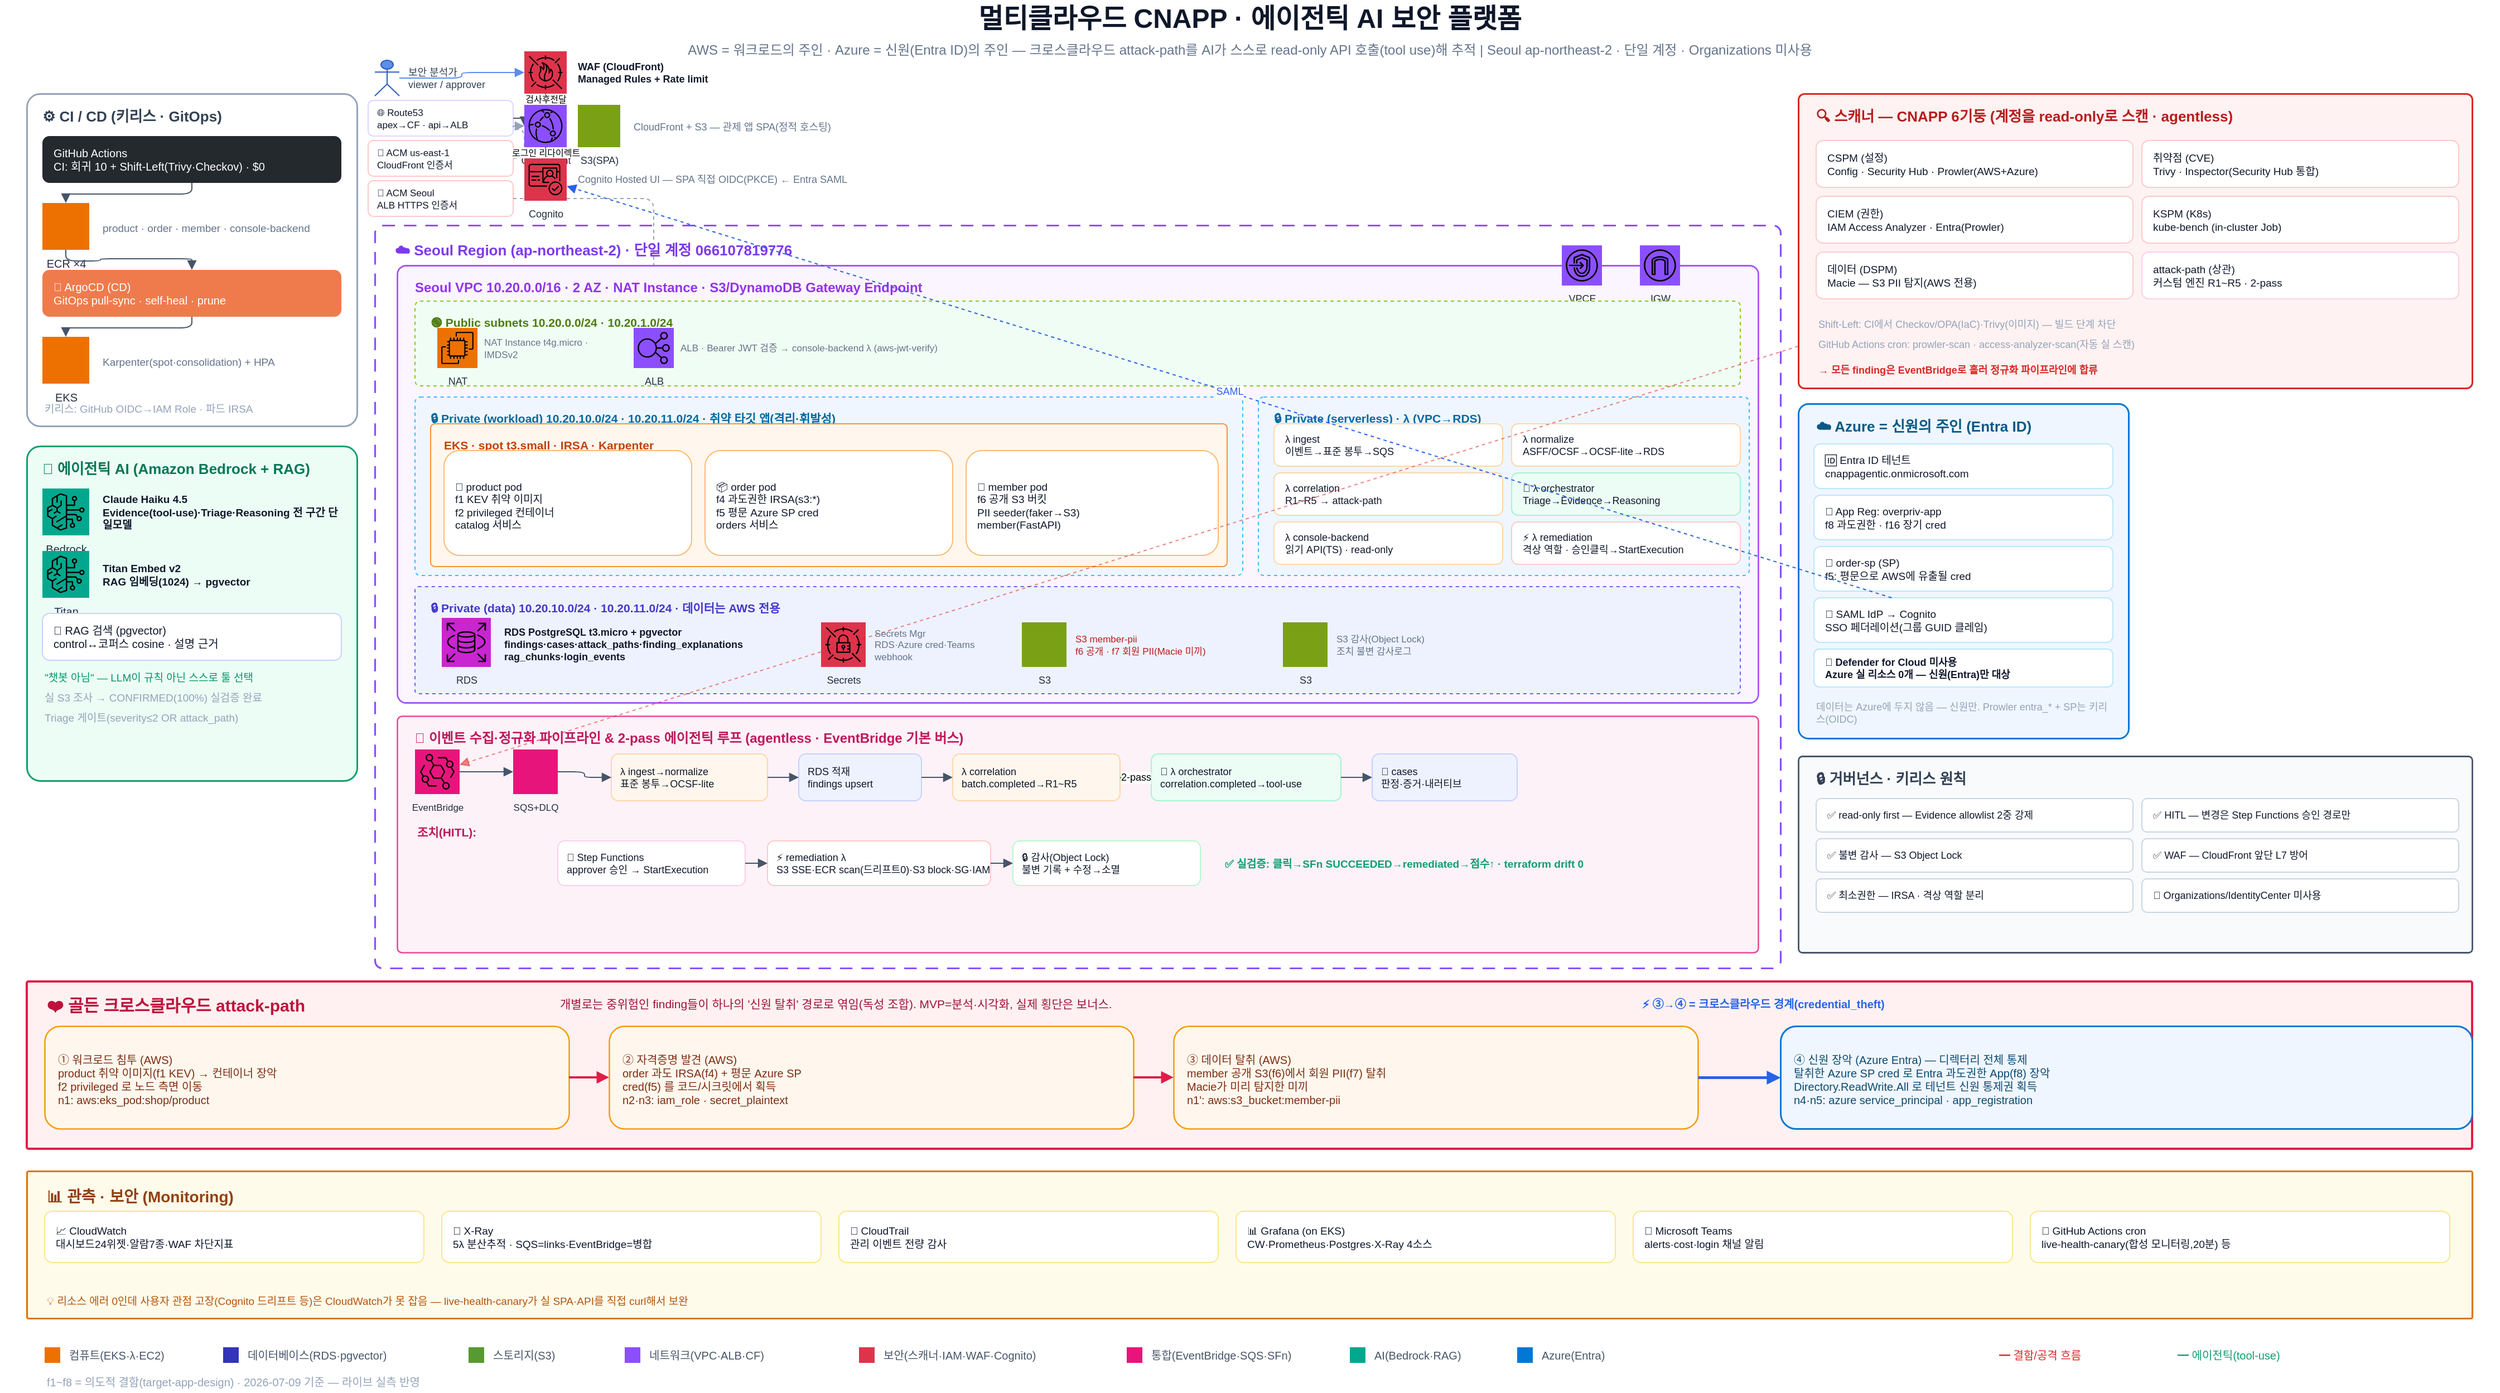
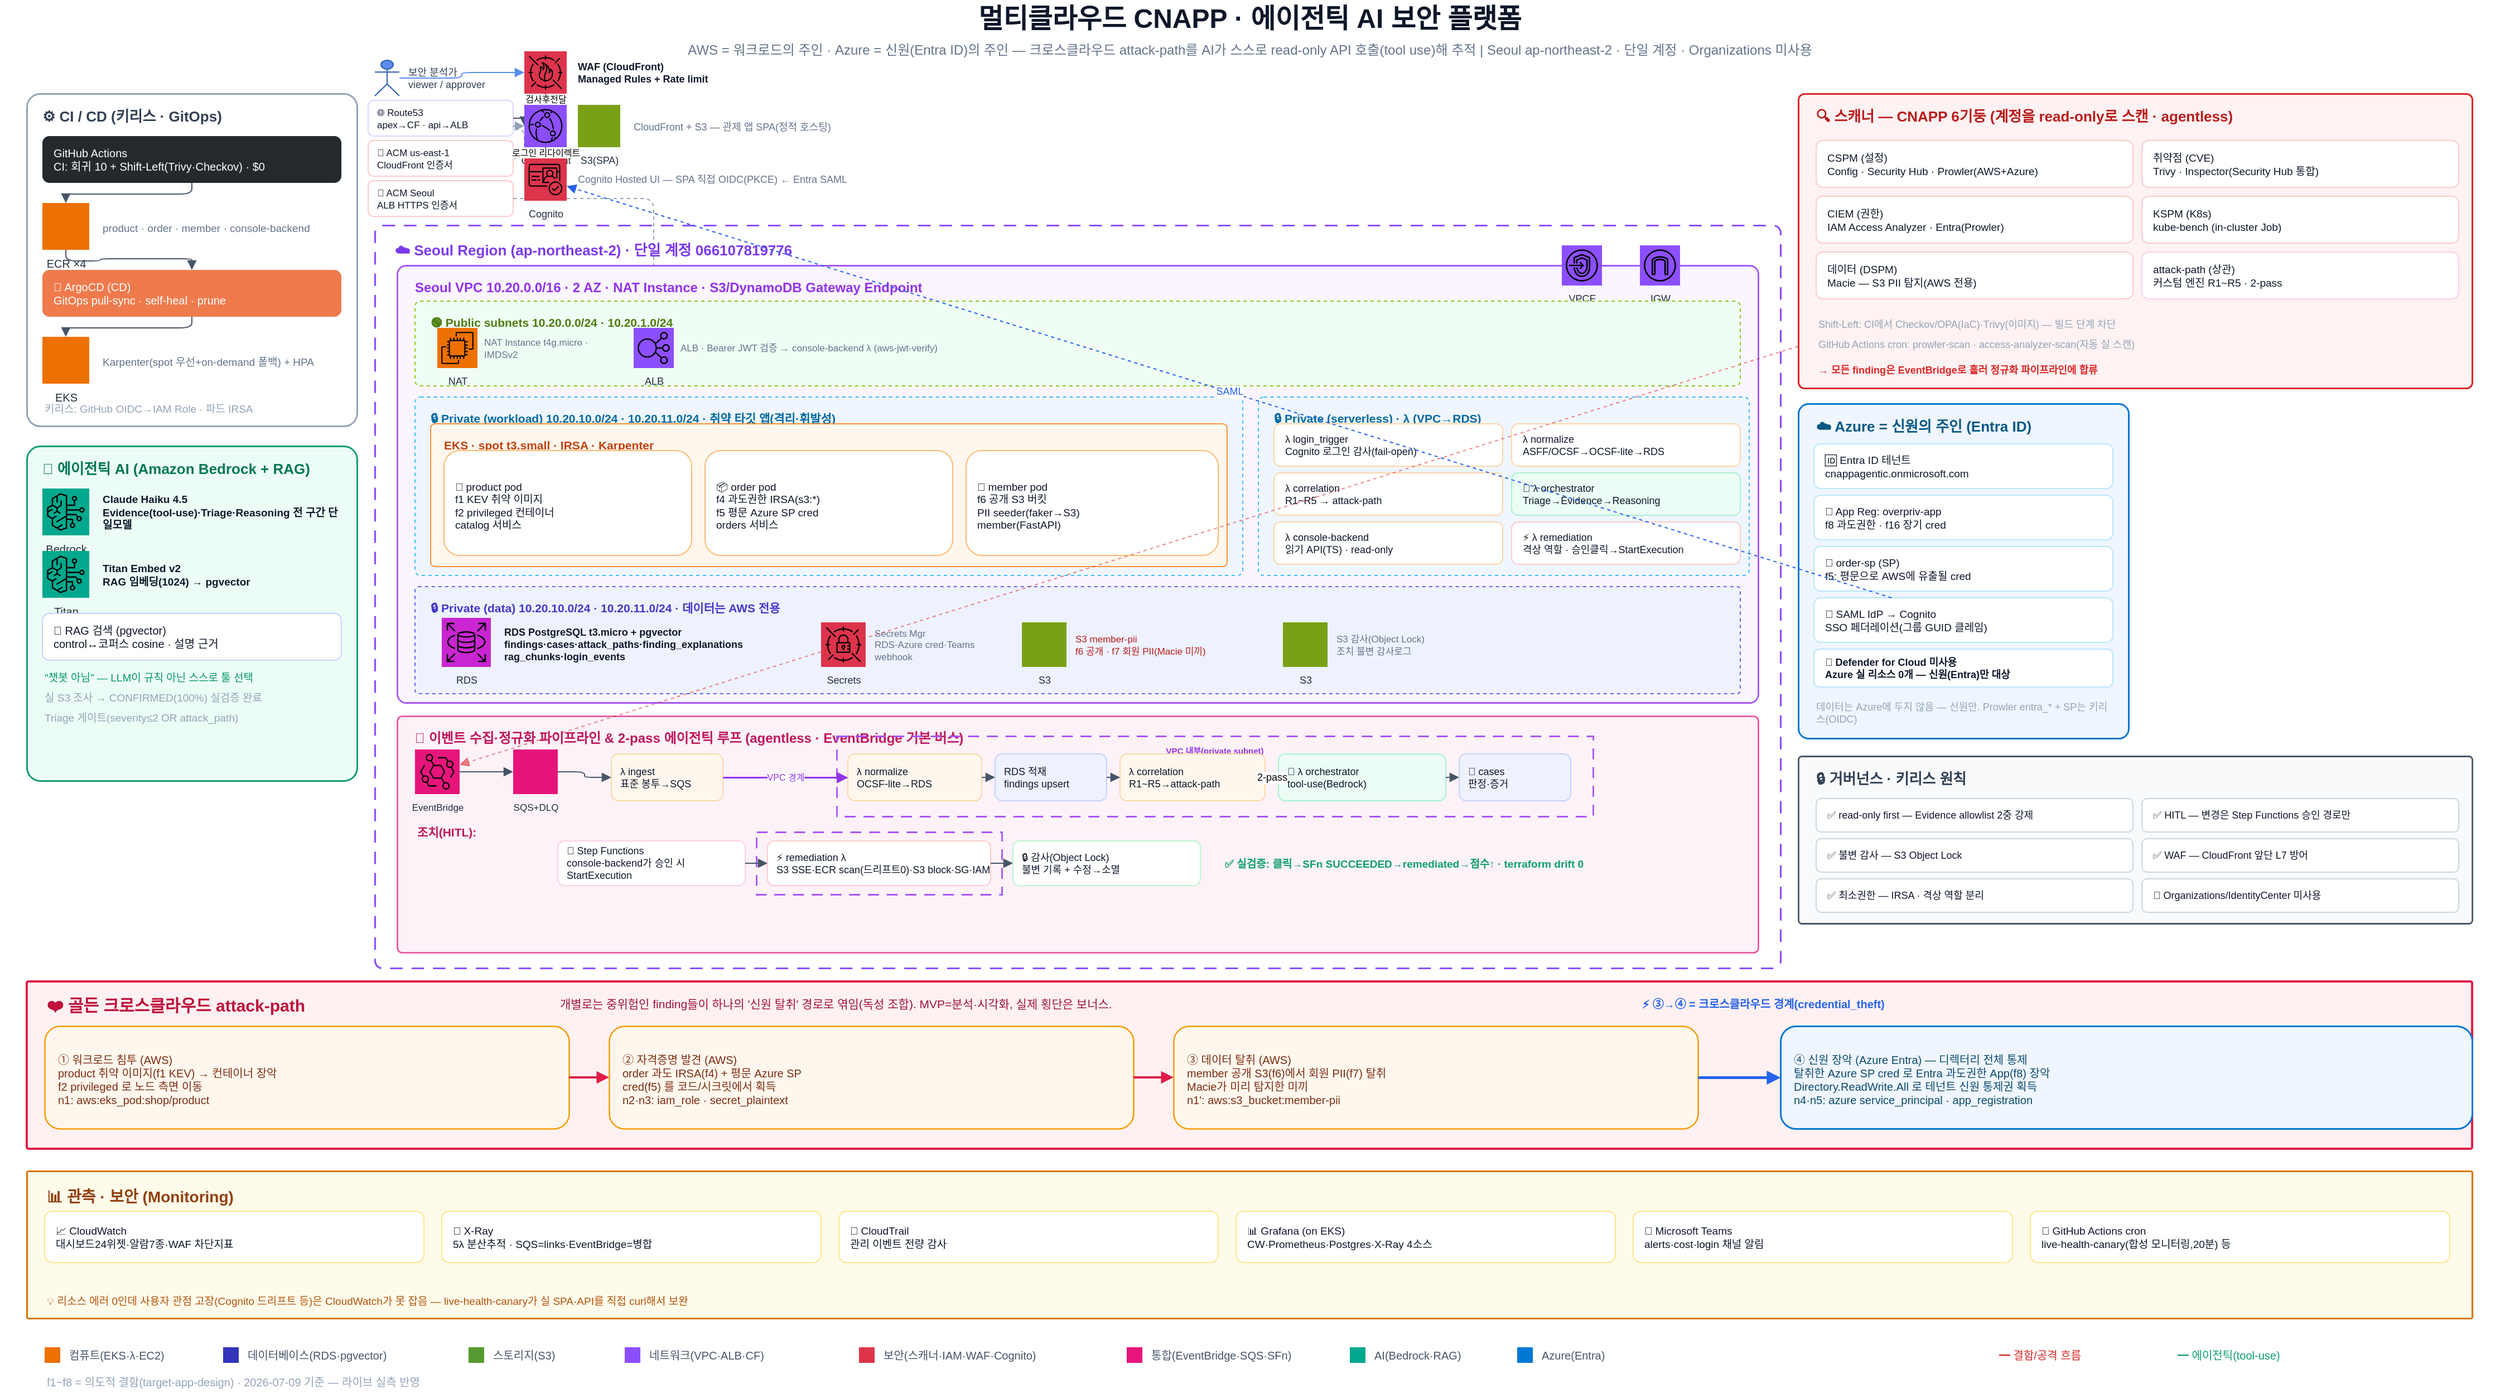
<mxfile host="app.diagrams.net" agent="claude-code" version="24.0.0">
  <diagram id="cnapp-overview-v2" name="CNAPP 전체 개요">
    <mxGraphModel dx="1600" dy="1000" grid="1" gridSize="10" guides="1" tooltips="1" connect="1" arrows="1" fold="1" page="1" pageScale="1" pageWidth="2240" pageHeight="1260" math="0" shadow="0">
      <root>
        <mxCell id="0" />
        <mxCell id="1" parent="0" />

        <!-- ===================== TITLE ===================== -->
        <mxCell id="title" value="멀티클라우드 CNAPP · 에이전틱 AI 보안 플랫폼" style="text;html=1;fontSize=24;fontStyle=1;align=center;verticalAlign=middle;fontColor=#0F172A;" vertex="1" parent="1">
          <mxGeometry x="0" y="4" width="2240" height="34" as="geometry" />
        </mxCell>
        <mxCell id="subtitle" value="AWS = 워크로드의 주인 · Azure = 신원(Entra ID)의 주인 — 크로스클라우드 attack-path를 AI가 스스로 read-only API 호출(tool use)해 추적 | Seoul ap-northeast-2 · 단일 계정 · Organizations 미사용" style="text;html=1;fontSize=12;align=center;verticalAlign=middle;fontColor=#64748B;" vertex="1" parent="1">
          <mxGeometry x="0" y="38" width="2240" height="22" as="geometry" />
        </mxCell>

        <!-- ===================== LEFT: CI/CD ===================== -->
        <mxCell id="Z_CICD" value="⚙️ CI / CD  (키리스 · GitOps)" style="rounded=1;arcSize=4;whiteSpace=wrap;html=1;fillColor=#FFFFFF;strokeColor=#94A3B8;strokeWidth=1.5;verticalAlign=top;align=left;spacingLeft=12;spacingTop=6;fontStyle=1;fontSize=13;fontColor=#334155;" vertex="1" parent="1">
          <mxGeometry x="24" y="88" width="296" height="298" as="geometry" />
        </mxCell>
        <mxCell id="GHA" value="GitHub Actions&#10;CI: 회귀 10 + Shift-Left(Trivy·Checkov) · $0" style="rounded=1;whiteSpace=wrap;html=1;fillColor=#24292E;strokeColor=none;fontColor=#FFFFFF;fontSize=10;align=left;spacingLeft=8;" vertex="1" parent="1">
          <mxGeometry x="38" y="126" width="268" height="42" as="geometry" />
        </mxCell>
        <mxCell id="ECR" value="ECR ×4" style="sketch=0;outlineConnect=0;fontColor=#232F3E;gradientColor=none;fillColor=#ED7100;strokeColor=none;verticalLabelPosition=bottom;verticalAlign=top;align=center;html=1;fontSize=10;aspect=fixed;shape=mxgraph.aws4.resourceIcon;resIcon=mxgraph.aws4.elastic_container_registry;" vertex="1" parent="1">
          <mxGeometry x="38" y="186" width="42" height="42" as="geometry" />
        </mxCell>
        <mxCell id="ECR_TXT" value="product · order · member · console-backend" style="text;html=1;whiteSpace=wrap;align=left;verticalAlign=middle;fontSize=9.5;fontColor=#64748B;" vertex="1" parent="1">
          <mxGeometry x="90" y="196" width="216" height="24" as="geometry" />
        </mxCell>
        <mxCell id="ARGO" value="🚢 ArgoCD (CD)&#10;GitOps pull-sync · self-heal · prune" style="rounded=1;whiteSpace=wrap;html=1;fillColor=#EF7B4D;strokeColor=none;fontColor=#FFFFFF;fontSize=10;align=left;spacingLeft=8;" vertex="1" parent="1">
          <mxGeometry x="38" y="246" width="268" height="42" as="geometry" />
        </mxCell>
        <mxCell id="EKS" value="EKS" style="sketch=0;outlineConnect=0;fontColor=#232F3E;gradientColor=none;fillColor=#ED7100;strokeColor=none;verticalLabelPosition=bottom;verticalAlign=top;align=center;html=1;fontSize=10;aspect=fixed;shape=mxgraph.aws4.resourceIcon;resIcon=mxgraph.aws4.elastic_kubernetes_service;" vertex="1" parent="1">
          <mxGeometry x="38" y="306" width="42" height="42" as="geometry" />
        </mxCell>
-         <mxCell id="EKS_TXT" value="Karpenter(spot·consolidation) + HPA" style="text;html=1;whiteSpace=wrap;align=left;verticalAlign=middle;fontSize=9.5;fontColor=#64748B;" vertex="1" parent="1">
+         <mxCell id="EKS_TXT" value="Karpenter(spot 우선+on-demand 폴백) + HPA" style="text;html=1;whiteSpace=wrap;align=left;verticalAlign=middle;fontSize=9.5;fontColor=#64748B;" vertex="1" parent="1">
          <mxGeometry x="90" y="316" width="216" height="24" as="geometry" />
        </mxCell>
        <mxCell id="CICD_NOTE" value="키리스: GitHub OIDC→IAM Role · 파드 IRSA" style="text;html=1;whiteSpace=wrap;align=left;verticalAlign=middle;fontSize=9.5;fontColor=#94A3B8;" vertex="1" parent="1">
          <mxGeometry x="38" y="360" width="268" height="20" as="geometry" />
        </mxCell>
        <mxCell id="e_c1" style="edgeStyle=orthogonalEdgeStyle;rounded=1;html=1;endArrow=block;strokeColor=#475569;" edge="1" parent="1" source="GHA" target="ECR"><mxGeometry relative="1" as="geometry" /></mxCell>
        <mxCell id="e_c2" style="edgeStyle=orthogonalEdgeStyle;rounded=1;html=1;endArrow=block;strokeColor=#475569;" edge="1" parent="1" source="ECR" target="ARGO"><mxGeometry relative="1" as="geometry" /></mxCell>
        <mxCell id="e_c3" style="edgeStyle=orthogonalEdgeStyle;rounded=1;html=1;endArrow=block;strokeColor=#475569;" edge="1" parent="1" source="ARGO" target="EKS"><mxGeometry relative="1" as="geometry" /></mxCell>

        <!-- ===================== LEFT: AI ===================== -->
        <mxCell id="Z_AI" value="🧠 에이전틱 AI  (Amazon Bedrock + RAG)" style="rounded=1;arcSize=4;whiteSpace=wrap;html=1;fillColor=#ECFDF5;strokeColor=#0E9F6E;strokeWidth=1.5;verticalAlign=top;align=left;spacingLeft=12;spacingTop=6;fontStyle=1;fontSize=13;fontColor=#047857;" vertex="1" parent="1">
          <mxGeometry x="24" y="404" width="296" height="300" as="geometry" />
        </mxCell>
        <mxCell id="BR" value="Bedrock" style="sketch=0;outlineConnect=0;fontColor=#232F3E;gradientColor=none;fillColor=#01A88D;strokeColor=none;verticalLabelPosition=bottom;verticalAlign=top;align=center;html=1;fontSize=10;aspect=fixed;shape=mxgraph.aws4.resourceIcon;resIcon=mxgraph.aws4.bedrock;" vertex="1" parent="1">
          <mxGeometry x="38" y="442" width="42" height="42" as="geometry" />
        </mxCell>
        <mxCell id="BR_TXT" value="Claude Haiku 4.5&#10;Evidence(tool-use)·Triage·Reasoning 전 구간 단일모델" style="text;html=1;whiteSpace=wrap;align=left;verticalAlign=middle;fontSize=9.5;fontColor=#0F172A;fontStyle=1;" vertex="1" parent="1">
          <mxGeometry x="90" y="440" width="216" height="46" as="geometry" />
        </mxCell>
        <mxCell id="TITAN" value="Titan" style="sketch=0;outlineConnect=0;fontColor=#232F3E;gradientColor=none;fillColor=#01A88D;strokeColor=none;verticalLabelPosition=bottom;verticalAlign=top;align=center;html=1;fontSize=10;aspect=fixed;shape=mxgraph.aws4.resourceIcon;resIcon=mxgraph.aws4.bedrock;" vertex="1" parent="1">
          <mxGeometry x="38" y="498" width="42" height="42" as="geometry" />
        </mxCell>
        <mxCell id="TITAN_TXT" value="Titan Embed v2&#10;RAG 임베딩(1024) → pgvector" style="text;html=1;whiteSpace=wrap;align=left;verticalAlign=middle;fontSize=9.5;fontColor=#0F172A;fontStyle=1;" vertex="1" parent="1">
          <mxGeometry x="90" y="500" width="216" height="38" as="geometry" />
        </mxCell>
        <mxCell id="RAGBOX" value="🔎 RAG 검색 (pgvector)&#10;control↔코퍼스 cosine · 설명 근거" style="rounded=1;whiteSpace=wrap;html=1;fillColor=#FFFFFF;strokeColor=#C7D2FE;fontColor=#0F172A;fontSize=10;align=left;spacingLeft=8;" vertex="1" parent="1">
          <mxGeometry x="38" y="554" width="268" height="42" as="geometry" />
        </mxCell>
        <mxCell id="AI_N1" value="&quot;챗봇 아님&quot; — LLM이 규칙 아닌 스스로 툴 선택" style="text;html=1;whiteSpace=wrap;align=left;verticalAlign=middle;fontSize=9.5;fontColor=#059669;" vertex="1" parent="1">
          <mxGeometry x="38" y="602" width="268" height="18" as="geometry" />
        </mxCell>
        <mxCell id="AI_N2" value="실 S3 조사 → CONFIRMED(100%) 실검증 완료" style="text;html=1;whiteSpace=wrap;align=left;verticalAlign=middle;fontSize=9.5;fontColor=#94A3B8;" vertex="1" parent="1">
          <mxGeometry x="38" y="620" width="268" height="18" as="geometry" />
        </mxCell>
        <mxCell id="AI_N4" value="Triage 게이트(severity≤2 OR attack_path)" style="text;html=1;whiteSpace=wrap;align=left;verticalAlign=middle;fontSize=9.5;fontColor=#94A3B8;" vertex="1" parent="1">
          <mxGeometry x="38" y="638" width="268" height="18" as="geometry" />
        </mxCell>

        <!-- ===================== TOP: SSO 진입 (옵션B: SPA 직접 OIDC) ===================== -->
        <mxCell id="USER" value="" style="shape=umlActor;html=1;outlineConnect=0;fillColor=#5B8DEF;strokeColor=#2B5FB3;" vertex="1" parent="1">
          <mxGeometry x="336" y="58" width="22" height="32" as="geometry" />
        </mxCell>
        <mxCell id="USER_TXT" value="보안 분석가&#10;viewer / approver" style="text;html=1;whiteSpace=wrap;align=left;verticalAlign=middle;fontSize=9;fontColor=#334155;" vertex="1" parent="1">
          <mxGeometry x="364" y="58" width="100" height="32" as="geometry" />
        </mxCell>

        <!-- ===================== TOP: Route53 + ACM ===================== -->
        <mxCell id="ROUTE53" value="🌐 Route53&#10;apex→CF · api→ALB" style="rounded=1;whiteSpace=wrap;html=1;fillColor=#FFFFFF;strokeColor=#DDD6FE;fontColor=#0F172A;fontSize=8.5;align=left;spacingLeft=6;verticalAlign=middle;" vertex="1" parent="1">
          <mxGeometry x="330" y="94" width="130" height="32" as="geometry" />
        </mxCell>
        <mxCell id="ACM_CF" value="📜 ACM us-east-1&#10;CloudFront 인증서" style="rounded=1;whiteSpace=wrap;html=1;fillColor=#FFFFFF;strokeColor=#FECACA;fontColor=#0F172A;fontSize=8.5;align=left;spacingLeft=6;verticalAlign=middle;" vertex="1" parent="1">
          <mxGeometry x="330" y="130" width="130" height="32" as="geometry" />
        </mxCell>
        <mxCell id="ACM_ALB" value="📜 ACM Seoul&#10;ALB HTTPS 인증서" style="rounded=1;whiteSpace=wrap;html=1;fillColor=#FFFFFF;strokeColor=#FECACA;fontColor=#0F172A;fontSize=8.5;align=left;spacingLeft=6;verticalAlign=middle;" vertex="1" parent="1">
          <mxGeometry x="330" y="166" width="130" height="32" as="geometry" />
        </mxCell>
        <mxCell id="e_r53_cf" style="edgeStyle=orthogonalEdgeStyle;rounded=1;html=1;endArrow=block;strokeColor=#475569;" edge="1" parent="1" source="ROUTE53" target="CF"><mxGeometry relative="1" as="geometry" /></mxCell>
        <mxCell id="e_acmcf_cf" style="edgeStyle=orthogonalEdgeStyle;rounded=1;html=1;endArrow=block;dashed=1;strokeColor=#94A3B8;" edge="1" parent="1" source="ACM_CF" target="CF"><mxGeometry relative="1" as="geometry" /></mxCell>
        <mxCell id="e_acmalb_alb" style="edgeStyle=orthogonalEdgeStyle;rounded=1;html=1;endArrow=block;dashed=1;strokeColor=#94A3B8;" edge="1" parent="1" source="ACM_ALB" target="ALB"><mxGeometry relative="1" as="geometry" /></mxCell>
        <mxCell id="WAF" value="WAF" style="sketch=0;outlineConnect=0;fontColor=#232F3E;gradientColor=none;fillColor=#DD344C;strokeColor=none;verticalLabelPosition=bottom;verticalAlign=top;align=center;html=1;fontSize=9;aspect=fixed;shape=mxgraph.aws4.resourceIcon;resIcon=mxgraph.aws4.waf;" vertex="1" parent="1">
          <mxGeometry x="470" y="50" width="38" height="38" as="geometry" />
        </mxCell>
        <mxCell id="WAF_TXT" value="WAF (CloudFront)&#10;Managed Rules + Rate limit" style="text;html=1;whiteSpace=wrap;align=left;verticalAlign=middle;fontSize=9;fontColor=#0F172A;fontStyle=1;" vertex="1" parent="1">
          <mxGeometry x="516" y="52" width="180" height="34" as="geometry" />
        </mxCell>
        <mxCell id="CF" value="CloudFront" style="sketch=0;outlineConnect=0;fontColor=#232F3E;gradientColor=none;fillColor=#8C4FFF;strokeColor=none;verticalLabelPosition=bottom;verticalAlign=top;align=center;html=1;fontSize=9;aspect=fixed;shape=mxgraph.aws4.resourceIcon;resIcon=mxgraph.aws4.cloudfront;" vertex="1" parent="1">
          <mxGeometry x="470" y="98" width="38" height="38" as="geometry" />
        </mxCell>
        <mxCell id="SPA" value="S3(SPA)" style="sketch=0;outlineConnect=0;fontColor=#232F3E;gradientColor=none;fillColor=#7AA116;strokeColor=none;verticalLabelPosition=bottom;verticalAlign=top;align=center;html=1;fontSize=9;aspect=fixed;shape=mxgraph.aws4.resourceIcon;resIcon=mxgraph.aws4.simple_storage_service;" vertex="1" parent="1">
          <mxGeometry x="518" y="98" width="38" height="38" as="geometry" />
        </mxCell>
        <mxCell id="CF_TXT" value="CloudFront + S3 — 관제 앱 SPA(정적 호스팅)" style="text;html=1;whiteSpace=wrap;align=left;verticalAlign=middle;fontSize=9;fontColor=#64748B;" vertex="1" parent="1">
          <mxGeometry x="566" y="106" width="200" height="24" as="geometry" />
        </mxCell>
        <mxCell id="COG" value="Cognito" style="sketch=0;outlineConnect=0;fontColor=#232F3E;gradientColor=none;fillColor=#DD344C;strokeColor=none;verticalLabelPosition=bottom;verticalAlign=top;align=center;html=1;fontSize=9;aspect=fixed;shape=mxgraph.aws4.resourceIcon;resIcon=mxgraph.aws4.cognito;" vertex="1" parent="1">
          <mxGeometry x="470" y="146" width="38" height="38" as="geometry" />
        </mxCell>
        <mxCell id="COG_TXT" value="Cognito Hosted UI — SPA 직접 OIDC(PKCE) ← Entra SAML" style="text;html=1;whiteSpace=wrap;align=left;verticalAlign=middle;fontSize=9;fontColor=#64748B;" vertex="1" parent="1">
          <mxGeometry x="516" y="146" width="250" height="38" as="geometry" />
        </mxCell>
        <mxCell id="e_u1" style="edgeStyle=orthogonalEdgeStyle;rounded=1;html=1;endArrow=block;strokeColor=#5B8DEF;fontSize=9;" edge="1" parent="1" source="USER" target="WAF"><mxGeometry relative="1" as="geometry" /></mxCell>
        <mxCell id="e_u2" value="검사후전달" style="edgeStyle=orthogonalEdgeStyle;rounded=1;html=1;endArrow=block;strokeColor=#DD344C;fontSize=8;" edge="1" parent="1" source="WAF" target="CF"><mxGeometry relative="1" as="geometry" /></mxCell>
        <mxCell id="e_u3" value="로그인 리다이렉트" style="edgeStyle=orthogonalEdgeStyle;rounded=1;html=1;endArrow=block;strokeColor=#475569;fontSize=8;" edge="1" parent="1" source="CF" target="COG"><mxGeometry relative="1" as="geometry" /></mxCell>

        <!-- ===================== CENTER: Seoul Region ===================== -->
        <mxCell id="Z_REGION" value="☁️ Seoul Region (ap-northeast-2) · 단일 계정 066107819776" style="rounded=1;arcSize=1;whiteSpace=wrap;html=1;fillColor=none;strokeColor=#8C4FFF;strokeWidth=1.6;dashed=1;dashPattern=7 5;verticalAlign=top;align=left;spacingLeft=16;spacingTop=8;fontStyle=1;fontSize=13;fontColor=#7C3AED;" vertex="1" parent="1">
          <mxGeometry x="336" y="206" width="1260" height="666" as="geometry" />
        </mxCell>
        <mxCell id="Z_VPC" value="Seoul VPC 10.20.0.0/16 · 2 AZ · NAT Instance · S3/DynamoDB Gateway Endpoint" style="rounded=1;arcSize=2;whiteSpace=wrap;html=1;fillColor=#FAF5FF;strokeColor=#A855F7;strokeWidth=1.4;verticalAlign=top;align=left;spacingLeft=14;spacingTop=6;fontStyle=1;fontSize=12;fontColor=#9333EA;" vertex="1" parent="1">
          <mxGeometry x="356" y="242" width="1220" height="392" as="geometry" />
        </mxCell>

        <!-- IGW·Gateway Endpoint: 둘 다 VPC에 attach(서브넷 종속 아님, ENI 없음) — IGW는 퍼블릭 라우트테이블, GW Endpoint는 프라이빗 라우트테이블(실측: infra/shared/main.tf route_table_ids=private_route_table_ids)에 연결. 경계선(y=242) 위에 걸치도록 배치 -->
        <mxCell id="VPCE" value="VPCE" style="sketch=0;outlineConnect=0;fontColor=#232F3E;gradientColor=none;fillColor=#8C4FFF;strokeColor=none;verticalLabelPosition=bottom;verticalAlign=top;align=center;html=1;fontSize=9;aspect=fixed;shape=mxgraph.aws4.resourceIcon;resIcon=mxgraph.aws4.endpoints;" vertex="1" parent="1">
          <mxGeometry x="1400" y="224" width="36" height="36" as="geometry" />
        </mxCell>
        <mxCell id="IGW" value="IGW" style="sketch=0;outlineConnect=0;fontColor=#232F3E;gradientColor=none;fillColor=#8C4FFF;strokeColor=none;verticalLabelPosition=bottom;verticalAlign=top;align=center;html=1;fontSize=9;aspect=fixed;shape=mxgraph.aws4.resourceIcon;resIcon=mxgraph.aws4.internet_gateway;" vertex="1" parent="1">
          <mxGeometry x="1470" y="224" width="36" height="36" as="geometry" />
        </mxCell>

        <!-- Public subnet -->
        <mxCell id="Z_PUB" value="🟢 Public subnets  10.20.0.0/24 · 10.20.1.0/24" style="rounded=1;arcSize=6;whiteSpace=wrap;html=1;fillColor=#F0FDF4;strokeColor=#84CC16;dashed=1;verticalAlign=top;align=left;spacingLeft=12;spacingTop=6;fontStyle=1;fontSize=10.5;fontColor=#4D7C0F;" vertex="1" parent="1">
          <mxGeometry x="372" y="274" width="1188" height="76" as="geometry" />
        </mxCell>
        <mxCell id="NAT" value="NAT" style="sketch=0;outlineConnect=0;fontColor=#232F3E;gradientColor=none;fillColor=#ED7100;strokeColor=none;verticalLabelPosition=bottom;verticalAlign=top;align=center;html=1;fontSize=9;aspect=fixed;shape=mxgraph.aws4.resourceIcon;resIcon=mxgraph.aws4.ec2;" vertex="1" parent="1">
          <mxGeometry x="392" y="298" width="36" height="36" as="geometry" />
        </mxCell>
        <mxCell id="NAT_TXT" value="NAT Instance t4g.micro · IMDSv2" style="text;html=1;whiteSpace=wrap;align=left;verticalAlign=middle;fontSize=8.5;fontColor=#64748B;" vertex="1" parent="1">
          <mxGeometry x="432" y="304" width="120" height="24" as="geometry" />
        </mxCell>
        <mxCell id="ALB" value="ALB" style="sketch=0;outlineConnect=0;fontColor=#232F3E;gradientColor=none;fillColor=#8C4FFF;strokeColor=none;verticalLabelPosition=bottom;verticalAlign=top;align=center;html=1;fontSize=9;aspect=fixed;shape=mxgraph.aws4.resourceIcon;resIcon=mxgraph.aws4.elastic_load_balancing;" vertex="1" parent="1">
          <mxGeometry x="568" y="298" width="36" height="36" as="geometry" />
        </mxCell>
        <mxCell id="ALB_TXT" value="ALB · Bearer JWT 검증 → console-backend λ (aws-jwt-verify)" style="text;html=1;whiteSpace=wrap;align=left;verticalAlign=middle;fontSize=8.5;fontColor=#64748B;" vertex="1" parent="1">
          <mxGeometry x="608" y="298" width="240" height="36" as="geometry" />
        </mxCell>

        <!-- Private subnet: workload (EKS) -->
        <mxCell id="Z_WORK" value="🔒 Private (workload) 10.20.10.0/24 · 10.20.11.0/24 · 취약 타깃 앱(격리·휘발성)" style="rounded=1;arcSize=3;whiteSpace=wrap;html=1;fillColor=#EFF6FF;strokeColor=#38BDF8;dashed=1;verticalAlign=top;align=left;spacingLeft=12;spacingTop=6;fontStyle=1;fontSize=10.5;fontColor=#0369A1;" vertex="1" parent="1">
          <mxGeometry x="372" y="360" width="742" height="160" as="geometry" />
        </mxCell>
        <mxCell id="Z_EKS2" value="EKS · spot t3.small · IRSA · Karpenter" style="rounded=1;arcSize=3;whiteSpace=wrap;html=1;fillColor=#FFF7ED;strokeColor=#FB923C;verticalAlign=top;align=left;spacingLeft=10;spacingTop=6;fontStyle=1;fontSize=10.5;fontColor=#C2410C;" vertex="1" parent="1">
          <mxGeometry x="386" y="384" width="714" height="128" as="geometry" />
        </mxCell>
        <mxCell id="POD_PRODUCT" value="🛒 product pod&#10;f1 KEV 취약 이미지&#10;f2 privileged 컨테이너&#10;catalog 서비스" style="rounded=1;whiteSpace=wrap;html=1;fillColor=#FFFFFF;strokeColor=#FDBA74;fontColor=#0F172A;fontSize=9.5;align=left;spacingLeft=8;spacingTop=4;" vertex="1" parent="1">
          <mxGeometry x="398" y="408" width="222" height="94" as="geometry" />
        </mxCell>
        <mxCell id="POD_ORDER" value="📦 order pod&#10;f4 과도권한 IRSA(s3:*)&#10;f5 평문 Azure SP cred&#10;orders 서비스" style="rounded=1;whiteSpace=wrap;html=1;fillColor=#FFFFFF;strokeColor=#FDBA74;fontColor=#0F172A;fontSize=9.5;align=left;spacingLeft=8;spacingTop=4;" vertex="1" parent="1">
          <mxGeometry x="632" y="408" width="222" height="94" as="geometry" />
        </mxCell>
        <mxCell id="POD_MEMBER" value="👤 member pod&#10;f6 공개 S3 버킷&#10;PII seeder(faker→S3)&#10;member(FastAPI)" style="rounded=1;whiteSpace=wrap;html=1;fillColor=#FFFFFF;strokeColor=#FDBA74;fontColor=#0F172A;fontSize=9.5;align=left;spacingLeft=8;spacingTop=4;" vertex="1" parent="1">
          <mxGeometry x="866" y="408" width="226" height="94" as="geometry" />
        </mxCell>

        <!-- Private subnet: serverless -->
        <mxCell id="Z_SVLESS" value="🔒 Private (serverless) · λ (VPC→RDS)" style="rounded=1;arcSize=3;whiteSpace=wrap;html=1;fillColor=#EFF6FF;strokeColor=#38BDF8;dashed=1;verticalAlign=top;align=left;spacingLeft=12;spacingTop=6;fontStyle=1;fontSize=10.5;fontColor=#0369A1;" vertex="1" parent="1">
          <mxGeometry x="1128" y="360" width="440" height="160" as="geometry" />
        </mxCell>
-         <mxCell id="L_INGEST" value="λ ingest&#10;이벤트→표준 봉투→SQS" style="rounded=1;whiteSpace=wrap;html=1;fillColor=#FFFFFF;strokeColor=#FED7AA;fontColor=#0F172A;fontSize=9;align=left;spacingLeft=8;" vertex="1" parent="1">
+         <mxCell id="L_INGEST" value="λ login_trigger&#10;Cognito 로그인 감사(fail-open)" style="rounded=1;whiteSpace=wrap;html=1;fillColor=#FFFFFF;strokeColor=#FED7AA;fontColor=#0F172A;fontSize=9;align=left;spacingLeft=8;" vertex="1" parent="1">
          <mxGeometry x="1142" y="384" width="205" height="38" as="geometry" />
        </mxCell>
        <mxCell id="L_NORM" value="λ normalize&#10;ASFF/OCSF→OCSF-lite→RDS" style="rounded=1;whiteSpace=wrap;html=1;fillColor=#FFFFFF;strokeColor=#FED7AA;fontColor=#0F172A;fontSize=9;align=left;spacingLeft=8;" vertex="1" parent="1">
          <mxGeometry x="1355" y="384" width="205" height="38" as="geometry" />
        </mxCell>
        <mxCell id="L_CORR" value="λ correlation&#10;R1~R5 → attack-path" style="rounded=1;whiteSpace=wrap;html=1;fillColor=#FFFFFF;strokeColor=#FED7AA;fontColor=#0F172A;fontSize=9;align=left;spacingLeft=8;" vertex="1" parent="1">
          <mxGeometry x="1142" y="428" width="205" height="38" as="geometry" />
        </mxCell>
        <mxCell id="L_ORCH" value="🧠 λ orchestrator&#10;Triage→Evidence→Reasoning" style="rounded=1;whiteSpace=wrap;html=1;fillColor=#ECFDF5;strokeColor=#A7F3D0;fontColor=#0F172A;fontSize=9;align=left;spacingLeft=8;" vertex="1" parent="1">
          <mxGeometry x="1355" y="428" width="205" height="38" as="geometry" />
        </mxCell>
        <mxCell id="L_CBACK" value="λ console-backend&#10;읽기 API(TS) · read-only" style="rounded=1;whiteSpace=wrap;html=1;fillColor=#FFFFFF;strokeColor=#FED7AA;fontColor=#0F172A;fontSize=9;align=left;spacingLeft=8;" vertex="1" parent="1">
          <mxGeometry x="1142" y="472" width="205" height="38" as="geometry" />
        </mxCell>
        <mxCell id="L_REMED" value="⚡ λ remediation&#10;격상 역할 · 승인클릭→StartExecution" style="rounded=1;whiteSpace=wrap;html=1;fillColor=#FFFFFF;strokeColor=#FECACA;fontColor=#0F172A;fontSize=9;align=left;spacingLeft=8;" vertex="1" parent="1">
          <mxGeometry x="1355" y="472" width="205" height="38" as="geometry" />
        </mxCell>

        <!-- Private subnet: data -->
        <mxCell id="Z_DATA" value="🔒 Private (data) 10.20.10.0/24 · 10.20.11.0/24 · 데이터는 AWS 전용" style="rounded=1;arcSize=3;whiteSpace=wrap;html=1;fillColor=#EEF2FF;strokeColor=#6366F1;dashed=1;verticalAlign=top;align=left;spacingLeft=12;spacingTop=6;fontStyle=1;fontSize=10.5;fontColor=#4338CA;" vertex="1" parent="1">
          <mxGeometry x="372" y="530" width="1188" height="96" as="geometry" />
        </mxCell>
        <mxCell id="RDS" value="RDS" style="sketch=0;outlineConnect=0;fontColor=#232F3E;gradientColor=none;fillColor=#C925D1;strokeColor=none;verticalLabelPosition=bottom;verticalAlign=top;align=center;html=1;fontSize=9;aspect=fixed;shape=mxgraph.aws4.resourceIcon;resIcon=mxgraph.aws4.rds;" vertex="1" parent="1">
          <mxGeometry x="396" y="558" width="44" height="44" as="geometry" />
        </mxCell>
        <mxCell id="RDS_TXT" value="RDS PostgreSQL t3.micro + pgvector&#10;findings·cases·attack_paths·finding_explanations&#10;rag_chunks·login_events" style="text;html=1;whiteSpace=wrap;align=left;verticalAlign=middle;fontSize=9;fontColor=#0F172A;fontStyle=1;" vertex="1" parent="1">
          <mxGeometry x="450" y="554" width="266" height="56" as="geometry" />
        </mxCell>
        <mxCell id="SM" value="Secrets" style="sketch=0;outlineConnect=0;fontColor=#232F3E;gradientColor=none;fillColor=#DD344C;strokeColor=none;verticalLabelPosition=bottom;verticalAlign=top;align=center;html=1;fontSize=9;aspect=fixed;shape=mxgraph.aws4.resourceIcon;resIcon=mxgraph.aws4.secrets_manager;" vertex="1" parent="1">
          <mxGeometry x="736" y="562" width="40" height="40" as="geometry" />
        </mxCell>
        <mxCell id="SM_TXT" value="Secrets Mgr&#10;RDS·Azure cred·Teams webhook" style="text;html=1;whiteSpace=wrap;align=left;verticalAlign=middle;fontSize=8.5;fontColor=#64748B;" vertex="1" parent="1">
          <mxGeometry x="782" y="566" width="120" height="32" as="geometry" />
        </mxCell>
        <mxCell id="S3PII" value="S3" style="sketch=0;outlineConnect=0;fontColor=#232F3E;gradientColor=none;fillColor=#7AA116;strokeColor=none;verticalLabelPosition=bottom;verticalAlign=top;align=center;html=1;fontSize=9;aspect=fixed;shape=mxgraph.aws4.resourceIcon;resIcon=mxgraph.aws4.simple_storage_service;" vertex="1" parent="1">
          <mxGeometry x="916" y="562" width="40" height="40" as="geometry" />
        </mxCell>
        <mxCell id="S3PII_TXT" value="S3 member-pii&#10;f6 공개 · f7 회원 PII(Macie 미끼)" style="text;html=1;whiteSpace=wrap;align=left;verticalAlign=middle;fontSize=8.5;fontColor=#B91C1C;" vertex="1" parent="1">
          <mxGeometry x="962" y="566" width="180" height="32" as="geometry" />
        </mxCell>
        <mxCell id="S3AUDIT" value="S3" style="sketch=0;outlineConnect=0;fontColor=#232F3E;gradientColor=none;fillColor=#7AA116;strokeColor=none;verticalLabelPosition=bottom;verticalAlign=top;align=center;html=1;fontSize=9;aspect=fixed;shape=mxgraph.aws4.resourceIcon;resIcon=mxgraph.aws4.simple_storage_service;" vertex="1" parent="1">
          <mxGeometry x="1150" y="562" width="40" height="40" as="geometry" />
        </mxCell>
        <mxCell id="S3AUDIT_TXT" value="S3 감사(Object Lock)&#10;조치 불변 감사로그" style="text;html=1;whiteSpace=wrap;align=left;verticalAlign=middle;fontSize=8.5;fontColor=#64748B;" vertex="1" parent="1">
          <mxGeometry x="1196" y="566" width="160" height="32" as="geometry" />
        </mxCell>

-         <!-- Pipeline band -->
+         <!-- Pipeline band — EventBridge/SQS/ingest는 실제로 VPC 밖(ingest는 vpc_config 없음),
+              normalize·correlation·orchestrator·remediation은 VPC 안(private subnet, infra/backend/main.tf 확인).
+              보라 점선 서브박스로 VPC 내부 경계 표시(메인 VPC 박스와 동일 시각언어) -->
        <mxCell id="Z_PIPE" value="🔁 이벤트 수집·정규화 파이프라인 &amp; 2-pass 에이전틱 루프 (agentless · EventBridge 기본 버스)" style="rounded=1;arcSize=2;whiteSpace=wrap;html=1;fillColor=#FDF2F8;strokeColor=#EC4899;strokeWidth=1.3;verticalAlign=top;align=left;spacingLeft=14;spacingTop=6;fontStyle=1;fontSize=12;fontColor=#BE185D;" vertex="1" parent="1">
          <mxGeometry x="356" y="646" width="1220" height="212" as="geometry" />
        </mxCell>
+         <mxCell id="PIPE_VPC_BOX" value="VPC 내부(private subnet)" style="rounded=0;whiteSpace=wrap;html=1;fillColor=none;strokeColor=#A855F7;strokeWidth=1.4;dashed=1;dashPattern=7 5;verticalAlign=top;align=center;fontSize=7.5;fontStyle=1;fontColor=#9333EA;spacingTop=2;" vertex="1" parent="1">
+           <mxGeometry x="750" y="664" width="678" height="72" as="geometry" />
+         </mxCell>
        <mxCell id="EB2" value="EventBridge" style="sketch=0;outlineConnect=0;fontColor=#232F3E;gradientColor=none;fillColor=#E7157B;strokeColor=none;verticalLabelPosition=bottom;verticalAlign=top;align=center;html=1;fontSize=8.5;aspect=fixed;shape=mxgraph.aws4.resourceIcon;resIcon=mxgraph.aws4.eventbridge;" vertex="1" parent="1">
          <mxGeometry x="372" y="676" width="40" height="40" as="geometry" />
        </mxCell>
        <mxCell id="SQS2" value="SQS+DLQ" style="sketch=0;outlineConnect=0;fontColor=#232F3E;gradientColor=none;fillColor=#E7157B;strokeColor=none;verticalLabelPosition=bottom;verticalAlign=top;align=center;html=1;fontSize=8.5;aspect=fixed;shape=mxgraph.aws4.resourceIcon;resIcon=mxgraph.aws4.simple_queue_service;" vertex="1" parent="1">
          <mxGeometry x="460" y="676" width="40" height="40" as="geometry" />
        </mxCell>
-         <mxCell id="P_INGNORM" value="λ ingest→normalize&#10;표준 봉투→OCSF-lite" style="rounded=1;whiteSpace=wrap;html=1;fillColor=#FFF7ED;strokeColor=#FED7AA;fontColor=#0F172A;fontSize=9;align=left;spacingLeft=6;" vertex="1" parent="1">
-           <mxGeometry x="548" y="680" width="140" height="42" as="geometry" />
+         <mxCell id="P_ING" value="λ ingest&#10;표준 봉투→SQS" style="rounded=1;whiteSpace=wrap;html=1;fillColor=#FFF7ED;strokeColor=#FED7AA;fontColor=#0F172A;fontSize=9;align=left;spacingLeft=6;" vertex="1" parent="1">
+           <mxGeometry x="548" y="680" width="100" height="42" as="geometry" />
+         </mxCell>
+         <mxCell id="P_NORM" value="λ normalize&#10;OCSF-lite→RDS" style="rounded=1;whiteSpace=wrap;html=1;fillColor=#FFF7ED;strokeColor=#FED7AA;fontColor=#0F172A;fontSize=9;align=left;spacingLeft=6;" vertex="1" parent="1">
+           <mxGeometry x="760" y="680" width="120" height="42" as="geometry" />
        </mxCell>
        <mxCell id="P_RDS" value="RDS 적재&#10;findings upsert" style="rounded=1;whiteSpace=wrap;html=1;fillColor=#EEF2FF;strokeColor=#C7D2FE;fontColor=#0F172A;fontSize=9;align=left;spacingLeft=6;" vertex="1" parent="1">
-           <mxGeometry x="716" y="680" width="110" height="42" as="geometry" />
-         </mxCell>
-         <mxCell id="P_CORR" value="λ correlation&#10;batch.completed→R1~R5" style="rounded=1;whiteSpace=wrap;html=1;fillColor=#FFF7ED;strokeColor=#FED7AA;fontColor=#0F172A;fontSize=9;align=left;spacingLeft=6;" vertex="1" parent="1">
-           <mxGeometry x="854" y="680" width="150" height="42" as="geometry" />
-         </mxCell>
-         <mxCell id="P_ORCH" value="🧠 λ orchestrator&#10;correlation.completed→tool-use" style="rounded=1;whiteSpace=wrap;html=1;fillColor=#ECFDF5;strokeColor=#A7F3D0;fontColor=#0F172A;fontSize=9;align=left;spacingLeft=6;" vertex="1" parent="1">
-           <mxGeometry x="1032" y="680" width="170" height="42" as="geometry" />
-         </mxCell>
-         <mxCell id="P_CASES" value="📁 cases&#10;판정·증거·내러티브" style="rounded=1;whiteSpace=wrap;html=1;fillColor=#EEF2FF;strokeColor=#C7D2FE;fontColor=#0F172A;fontSize=9;align=left;spacingLeft=6;" vertex="1" parent="1">
-           <mxGeometry x="1230" y="680" width="130" height="42" as="geometry" />
+           <mxGeometry x="892" y="680" width="100" height="42" as="geometry" />
+         </mxCell>
+         <mxCell id="P_CORR" value="λ correlation&#10;R1~R5→attack-path" style="rounded=1;whiteSpace=wrap;html=1;fillColor=#FFF7ED;strokeColor=#FED7AA;fontColor=#0F172A;fontSize=9;align=left;spacingLeft=6;" vertex="1" parent="1">
+           <mxGeometry x="1004" y="680" width="130" height="42" as="geometry" />
+         </mxCell>
+         <mxCell id="P_ORCH" value="🧠 λ orchestrator&#10;tool-use(Bedrock)" style="rounded=1;whiteSpace=wrap;html=1;fillColor=#ECFDF5;strokeColor=#A7F3D0;fontColor=#0F172A;fontSize=9;align=left;spacingLeft=6;" vertex="1" parent="1">
+           <mxGeometry x="1146" y="680" width="150" height="42" as="geometry" />
+         </mxCell>
+         <mxCell id="P_CASES" value="📁 cases&#10;판정·증거" style="rounded=1;whiteSpace=wrap;html=1;fillColor=#EEF2FF;strokeColor=#C7D2FE;fontColor=#0F172A;fontSize=9;align=left;spacingLeft=6;" vertex="1" parent="1">
+           <mxGeometry x="1308" y="680" width="100" height="42" as="geometry" />
        </mxCell>
        <mxCell id="e_p1" style="edgeStyle=orthogonalEdgeStyle;rounded=1;html=1;endArrow=block;strokeColor=#475569;" edge="1" parent="1" source="EB2" target="SQS2"><mxGeometry relative="1" as="geometry" /></mxCell>
-         <mxCell id="e_p2" style="edgeStyle=orthogonalEdgeStyle;rounded=1;html=1;endArrow=block;strokeColor=#475569;" edge="1" parent="1" source="SQS2" target="P_INGNORM"><mxGeometry relative="1" as="geometry" /></mxCell>
-         <mxCell id="e_p3" style="edgeStyle=orthogonalEdgeStyle;rounded=1;html=1;endArrow=block;strokeColor=#475569;" edge="1" parent="1" source="P_INGNORM" target="P_RDS"><mxGeometry relative="1" as="geometry" /></mxCell>
+         <mxCell id="e_p2" style="edgeStyle=orthogonalEdgeStyle;rounded=1;html=1;endArrow=block;strokeColor=#475569;" edge="1" parent="1" source="SQS2" target="P_ING"><mxGeometry relative="1" as="geometry" /></mxCell>
+         <mxCell id="e_p2b" value="VPC 경계" style="edgeStyle=orthogonalEdgeStyle;rounded=1;html=1;endArrow=block;strokeColor=#9333EA;strokeWidth=1.6;fontSize=8;fontColor=#9333EA;" edge="1" parent="1" source="P_ING" target="P_NORM"><mxGeometry relative="1" as="geometry" /></mxCell>
+         <mxCell id="e_p3" style="edgeStyle=orthogonalEdgeStyle;rounded=1;html=1;endArrow=block;strokeColor=#475569;" edge="1" parent="1" source="P_NORM" target="P_RDS"><mxGeometry relative="1" as="geometry" /></mxCell>
        <mxCell id="e_p4" style="edgeStyle=orthogonalEdgeStyle;rounded=1;html=1;endArrow=block;strokeColor=#475569;" edge="1" parent="1" source="P_RDS" target="P_CORR"><mxGeometry relative="1" as="geometry" /></mxCell>
        <mxCell id="e_p5" value="2-pass" style="edgeStyle=orthogonalEdgeStyle;rounded=1;html=1;endArrow=block;strokeColor=#0E9F6E;strokeWidth=1.5;fontSize=9;" edge="1" parent="1" source="P_CORR" target="P_ORCH"><mxGeometry relative="1" as="geometry" /></mxCell>
        <mxCell id="e_p6" style="edgeStyle=orthogonalEdgeStyle;rounded=1;html=1;endArrow=block;strokeColor=#475569;" edge="1" parent="1" source="P_ORCH" target="P_CASES"><mxGeometry relative="1" as="geometry" /></mxCell>

        <mxCell id="HITL_LABEL" value="조치(HITL):" style="text;html=1;whiteSpace=wrap;align=left;verticalAlign=middle;fontSize=10.5;fontColor=#BE185D;fontStyle=1;" vertex="1" parent="1">
          <mxGeometry x="372" y="740" width="120" height="20" as="geometry" />
        </mxCell>
-         <mxCell id="SFN2" value="🔀 Step Functions&#10;approver 승인 → StartExecution" style="rounded=1;whiteSpace=wrap;html=1;fillColor=#FFFFFF;strokeColor=#FBCFE8;fontColor=#0F172A;fontSize=9;align=left;spacingLeft=6;" vertex="1" parent="1">
+         <mxCell id="SFN2" value="🔀 Step Functions&#10;console-backend가 승인 시 StartExecution" style="rounded=1;whiteSpace=wrap;html=1;fillColor=#FFFFFF;strokeColor=#FBCFE8;fontColor=#0F172A;fontSize=9;align=left;spacingLeft=6;" vertex="1" parent="1">
          <mxGeometry x="500" y="758" width="168" height="40" as="geometry" />
+         </mxCell>
+         <mxCell id="HITL_VPC_BOX" value="" style="rounded=0;whiteSpace=wrap;html=1;fillColor=none;strokeColor=#A855F7;strokeWidth=1.4;dashed=1;dashPattern=7 5;" vertex="1" parent="1">
+           <mxGeometry x="678" y="750" width="220" height="56" as="geometry" />
        </mxCell>
        <mxCell id="REMED2" value="⚡ remediation λ&#10;S3 SSE·ECR scan(드리프트0)·S3 block·SG·IAM" style="rounded=1;whiteSpace=wrap;html=1;fillColor=#FFFFFF;strokeColor=#FECACA;fontColor=#0F172A;fontSize=9;align=left;spacingLeft=6;" vertex="1" parent="1">
          <mxGeometry x="688" y="758" width="200" height="40" as="geometry" />
        </mxCell>
        <mxCell id="AUDIT2" value="🔒 감사(Object Lock)&#10;불변 기록 + 수정→소멸" style="rounded=1;whiteSpace=wrap;html=1;fillColor=#FFFFFF;strokeColor=#BBF7D0;fontColor=#0F172A;fontSize=9;align=left;spacingLeft=6;" vertex="1" parent="1">
          <mxGeometry x="908" y="758" width="168" height="40" as="geometry" />
        </mxCell>
        <mxCell id="e_h1" style="edgeStyle=orthogonalEdgeStyle;rounded=1;html=1;endArrow=block;strokeColor=#475569;" edge="1" parent="1" source="SFN2" target="REMED2"><mxGeometry relative="1" as="geometry" /></mxCell>
        <mxCell id="e_h2" style="edgeStyle=orthogonalEdgeStyle;rounded=1;html=1;endArrow=block;strokeColor=#475569;" edge="1" parent="1" source="REMED2" target="AUDIT2"><mxGeometry relative="1" as="geometry" /></mxCell>
        <mxCell id="HITL_NOTE" value="✅ 실검증: 클릭→SFn SUCCEEDED→remediated→점수↑ · terraform drift 0" style="text;html=1;whiteSpace=wrap;align=left;verticalAlign=middle;fontSize=9.5;fontColor=#0E9F6E;fontStyle=1;" vertex="1" parent="1">
          <mxGeometry x="1096" y="762" width="470" height="32" as="geometry" />
        </mxCell>

        <!-- ===================== RIGHT: Scanners ===================== -->
        <mxCell id="Z_SCAN" value="🔍 스캐너 — CNAPP 6기둥 (계정을 read-only로 스캔 · agentless)" style="rounded=1;arcSize=2;whiteSpace=wrap;html=1;fillColor=#FEF2F2;strokeColor=#DC2626;strokeWidth=1.5;verticalAlign=top;align=left;spacingLeft=14;spacingTop=6;fontStyle=1;fontSize=13;fontColor=#B91C1C;" vertex="1" parent="1">
          <mxGeometry x="1612" y="88" width="604" height="264" as="geometry" />
        </mxCell>
        <mxCell id="S_CSPM" value="CSPM (설정)&#10;Config · Security Hub · Prowler(AWS+Azure)" style="rounded=1;whiteSpace=wrap;html=1;fillColor=#FFFFFF;strokeColor=#FECACA;fontColor=#0F172A;fontSize=9.5;align=left;spacingLeft=8;" vertex="1" parent="1">
          <mxGeometry x="1628" y="130" width="284" height="42" as="geometry" />
        </mxCell>
        <mxCell id="S_VULN" value="취약점 (CVE)&#10;Trivy · Inspector(Security Hub 통합)" style="rounded=1;whiteSpace=wrap;html=1;fillColor=#FFFFFF;strokeColor=#FECACA;fontColor=#0F172A;fontSize=9.5;align=left;spacingLeft=8;" vertex="1" parent="1">
          <mxGeometry x="1920" y="130" width="284" height="42" as="geometry" />
        </mxCell>
        <mxCell id="S_CIEM" value="CIEM (권한)&#10;IAM Access Analyzer · Entra(Prowler)" style="rounded=1;whiteSpace=wrap;html=1;fillColor=#FFFFFF;strokeColor=#FECACA;fontColor=#0F172A;fontSize=9.5;align=left;spacingLeft=8;" vertex="1" parent="1">
          <mxGeometry x="1628" y="180" width="284" height="42" as="geometry" />
        </mxCell>
        <mxCell id="S_KSPM" value="KSPM (K8s)&#10;kube-bench (in-cluster Job)" style="rounded=1;whiteSpace=wrap;html=1;fillColor=#FFFFFF;strokeColor=#FECACA;fontColor=#0F172A;fontSize=9.5;align=left;spacingLeft=8;" vertex="1" parent="1">
          <mxGeometry x="1920" y="180" width="284" height="42" as="geometry" />
        </mxCell>
        <mxCell id="S_DATA" value="데이터 (DSPM)&#10;Macie — S3 PII 탐지(AWS 전용)" style="rounded=1;whiteSpace=wrap;html=1;fillColor=#FFFFFF;strokeColor=#FECACA;fontColor=#0F172A;fontSize=9.5;align=left;spacingLeft=8;" vertex="1" parent="1">
          <mxGeometry x="1628" y="230" width="284" height="42" as="geometry" />
        </mxCell>
        <mxCell id="S_ATTACKPATH" value="attack-path (상관)&#10;커스텀 엔진 R1~R5 · 2-pass" style="rounded=1;whiteSpace=wrap;html=1;fillColor=#FFFFFF;strokeColor=#FBCFE8;fontColor=#0F172A;fontSize=9.5;align=left;spacingLeft=8;" vertex="1" parent="1">
          <mxGeometry x="1920" y="230" width="284" height="42" as="geometry" />
        </mxCell>
        <mxCell id="SCAN_NOTE1" value="Shift-Left: CI에서 Checkov/OPA(IaC)·Trivy(이미지) — 빌드 단계 차단" style="text;html=1;whiteSpace=wrap;align=left;verticalAlign=middle;fontSize=9;fontColor=#94A3B8;" vertex="1" parent="1">
          <mxGeometry x="1628" y="286" width="576" height="18" as="geometry" />
        </mxCell>
        <mxCell id="SCAN_NOTE2" value="GitHub Actions cron: prowler-scan · access-analyzer-scan(자동 실 스캔)" style="text;html=1;whiteSpace=wrap;align=left;verticalAlign=middle;fontSize=9;fontColor=#94A3B8;" vertex="1" parent="1">
          <mxGeometry x="1628" y="304" width="576" height="18" as="geometry" />
        </mxCell>
        <mxCell id="SCAN_NOTE3" value="→ 모든 finding은 EventBridge로 흘러 정규화 파이프라인에 합류" style="text;html=1;whiteSpace=wrap;align=left;verticalAlign=middle;fontSize=9;fontColor=#DC2626;fontStyle=1;" vertex="1" parent="1">
          <mxGeometry x="1628" y="326" width="576" height="20" as="geometry" />
        </mxCell>

        <!-- ===================== RIGHT: Azure ===================== -->
        <mxCell id="Z_AZURE" value="☁️ Azure = 신원의 주인 (Entra ID)" style="rounded=1;arcSize=3;whiteSpace=wrap;html=1;fillColor=#EFF6FF;strokeColor=#0078D4;strokeWidth=1.5;verticalAlign=top;align=left;spacingLeft=14;spacingTop=6;fontStyle=1;fontSize=13;fontColor=#075985;" vertex="1" parent="1">
          <mxGeometry x="1612" y="366" width="296" height="300" as="geometry" />
        </mxCell>
        <mxCell id="ENTRA2" value="🆔 Entra ID 테넌트&#10;cnappagentic.onmicrosoft.com" style="rounded=1;whiteSpace=wrap;html=1;fillColor=#FFFFFF;strokeColor=#BAE6FD;fontColor=#0F172A;fontSize=9.5;align=left;spacingLeft=8;" vertex="1" parent="1">
          <mxGeometry x="1626" y="402" width="268" height="40" as="geometry" />
        </mxCell>
        <mxCell id="APPREG2" value="🧩 App Reg: overpriv-app&#10;f8 과도권한 · f16 장기 cred" style="rounded=1;whiteSpace=wrap;html=1;fillColor=#FFFFFF;strokeColor=#BAE6FD;fontColor=#0F172A;fontSize=9.5;align=left;spacingLeft=8;" vertex="1" parent="1">
          <mxGeometry x="1626" y="448" width="268" height="40" as="geometry" />
        </mxCell>
        <mxCell id="ORDERSP" value="🔑 order-sp (SP)&#10;f5: 평문으로 AWS에 유출될 cred" style="rounded=1;whiteSpace=wrap;html=1;fillColor=#FFFFFF;strokeColor=#BAE6FD;fontColor=#0F172A;fontSize=9.5;align=left;spacingLeft=8;" vertex="1" parent="1">
          <mxGeometry x="1626" y="494" width="268" height="40" as="geometry" />
        </mxCell>
        <mxCell id="SAMLIDP" value="🎫 SAML IdP → Cognito&#10;SSO 페더레이션(그룹 GUID 클레임)" style="rounded=1;whiteSpace=wrap;html=1;fillColor=#FFFFFF;strokeColor=#BAE6FD;fontColor=#0F172A;fontSize=9.5;align=left;spacingLeft=8;" vertex="1" parent="1">
          <mxGeometry x="1626" y="540" width="268" height="40" as="geometry" />
        </mxCell>
        <mxCell id="DEFENDER_EXCL" value="🚫 Defender for Cloud 미사용&#10;Azure 실 리소스 0개 — 신원(Entra)만 대상" style="rounded=1;whiteSpace=wrap;html=1;fillColor=#FFFFFF;strokeColor=#BAE6FD;fontColor=#0F172A;fontSize=9;fontStyle=1;align=left;spacingLeft=8;" vertex="1" parent="1">
          <mxGeometry x="1626" y="586" width="268" height="34" as="geometry" />
        </mxCell>
        <mxCell id="AZURE_NOTE" value="데이터는 Azure에 두지 않음 — 신원만. Prowler entra_* + SP는 키리스(OIDC)" style="text;html=1;whiteSpace=wrap;align=left;verticalAlign=middle;fontSize=9;fontColor=#94A3B8;" vertex="1" parent="1">
          <mxGeometry x="1626" y="628" width="268" height="30" as="geometry" />
        </mxCell>
        <mxCell id="e_saml" value="SAML" style="edgeStyle=none;rounded=0;html=1;endArrow=block;dashed=1;strokeColor=#2563EB;fontSize=9;fontColor=#2563EB;" edge="1" parent="1" source="SAMLIDP" target="COG"><mxGeometry relative="1" as="geometry" /></mxCell>

        <!-- ===================== RIGHT: Governance ===================== -->
        <mxCell id="Z_GOV" value="🔒 거버넌스 · 키리스 원칙" style="rounded=1;arcSize=2;whiteSpace=wrap;html=1;fillColor=#F8FAFC;strokeColor=#475569;strokeWidth=1.4;verticalAlign=top;align=left;spacingLeft=14;spacingTop=6;fontStyle=1;fontSize=13;fontColor=#334155;" vertex="1" parent="1">
-           <mxGeometry x="1612" y="682" width="604" height="176" as="geometry" />
+           <mxGeometry x="1612" y="682" width="604" height="150" as="geometry" />
        </mxCell>
        <mxCell id="G1" value="✅ read-only first — Evidence allowlist 2중 강제" style="rounded=1;whiteSpace=wrap;html=1;fillColor=#FFFFFF;strokeColor=#CBD5E1;fontColor=#0F172A;fontSize=9;align=left;spacingLeft=8;verticalAlign=middle;" vertex="1" parent="1">
          <mxGeometry x="1628" y="720" width="284" height="30" as="geometry" />
        </mxCell>
        <mxCell id="G2" value="✅ HITL — 변경은 Step Functions 승인 경로만" style="rounded=1;whiteSpace=wrap;html=1;fillColor=#FFFFFF;strokeColor=#CBD5E1;fontColor=#0F172A;fontSize=9;align=left;spacingLeft=8;verticalAlign=middle;" vertex="1" parent="1">
          <mxGeometry x="1920" y="720" width="284" height="30" as="geometry" />
        </mxCell>
        <mxCell id="G3" value="✅ 불변 감사 — S3 Object Lock" style="rounded=1;whiteSpace=wrap;html=1;fillColor=#FFFFFF;strokeColor=#CBD5E1;fontColor=#0F172A;fontSize=9;align=left;spacingLeft=8;verticalAlign=middle;" vertex="1" parent="1">
          <mxGeometry x="1628" y="756" width="284" height="30" as="geometry" />
        </mxCell>
        <mxCell id="G4" value="✅ WAF — CloudFront 앞단 L7 방어" style="rounded=1;whiteSpace=wrap;html=1;fillColor=#FFFFFF;strokeColor=#CBD5E1;fontColor=#0F172A;fontSize=9;align=left;spacingLeft=8;verticalAlign=middle;" vertex="1" parent="1">
          <mxGeometry x="1920" y="756" width="284" height="30" as="geometry" />
        </mxCell>
        <mxCell id="G5" value="✅ 최소권한 — IRSA · 격상 역할 분리" style="rounded=1;whiteSpace=wrap;html=1;fillColor=#FFFFFF;strokeColor=#CBD5E1;fontColor=#0F172A;fontSize=9;align=left;spacingLeft=8;verticalAlign=middle;" vertex="1" parent="1">
          <mxGeometry x="1628" y="792" width="284" height="30" as="geometry" />
        </mxCell>
        <mxCell id="G6" value="🚫 Organizations/IdentityCenter 미사용" style="rounded=1;whiteSpace=wrap;html=1;fillColor=#FFFFFF;strokeColor=#CBD5E1;fontColor=#0F172A;fontSize=9;align=left;spacingLeft=8;verticalAlign=middle;" vertex="1" parent="1">
          <mxGeometry x="1920" y="792" width="284" height="30" as="geometry" />
        </mxCell>

        <!-- ===================== Golden cross-cloud attack-path ===================== -->
        <mxCell id="Z_GOLDEN" value="" style="rounded=1;arcSize=1;whiteSpace=wrap;html=1;fillColor=#FFF1F2;strokeColor=#E11D48;strokeWidth=2;" vertex="1" parent="1">
          <mxGeometry x="24" y="884" width="2192" height="150" as="geometry" />
        </mxCell>
        <mxCell id="GOLDEN_TITLE" value="❤️ 골든 크로스클라우드 attack-path" style="text;html=1;whiteSpace=wrap;align=left;verticalAlign=middle;fontSize=15;fontStyle=1;fontColor=#BE123C;" vertex="1" parent="1">
          <mxGeometry x="40" y="892" width="500" height="26" as="geometry" />
        </mxCell>
        <mxCell id="GOLDEN_SUB" value="개별로는 중위험인 finding들이 하나의 '신원 탈취' 경로로 엮임(독성 조합). MVP=분석·시각화, 실제 횡단은 보너스." style="text;html=1;whiteSpace=wrap;align=left;verticalAlign=middle;fontSize=10.5;fontColor=#9F1239;" vertex="1" parent="1">
          <mxGeometry x="500" y="894" width="900" height="20" as="geometry" />
        </mxCell>
        <mxCell id="GOLDEN_BOUND" value="⚡ ③→④ = 크로스클라우드 경계(credential_theft)" style="text;html=1;whiteSpace=wrap;align=left;verticalAlign=middle;fontSize=10;fontStyle=1;fontColor=#2563EB;" vertex="1" parent="1">
          <mxGeometry x="1470" y="894" width="400" height="20" as="geometry" />
        </mxCell>
        <mxCell id="G_S1" value="① 워크로드 침투 (AWS)&#10;product 취약 이미지(f1 KEV) → 컨테이너 장악&#10;f2 privileged 로 노드 측면 이동&#10;n1: aws:eks_pod:shop/product" style="rounded=1;whiteSpace=wrap;html=1;fillColor=#FFF7ED;strokeColor=#F59E0B;strokeWidth=1.3;fontColor=#7C2D12;fontSize=10;align=left;spacingLeft=10;spacingTop=4;" vertex="1" parent="1">
          <mxGeometry x="40" y="924" width="470" height="92" as="geometry" />
        </mxCell>
        <mxCell id="G_S2" value="② 자격증명 발견 (AWS)&#10;order 과도 IRSA(f4) + 평문 Azure SP&#10;cred(f5) 를 코드/시크릿에서 획득&#10;n2·n3: iam_role · secret_plaintext" style="rounded=1;whiteSpace=wrap;html=1;fillColor=#FFF7ED;strokeColor=#F59E0B;strokeWidth=1.3;fontColor=#7C2D12;fontSize=10;align=left;spacingLeft=10;spacingTop=4;" vertex="1" parent="1">
          <mxGeometry x="546" y="924" width="470" height="92" as="geometry" />
        </mxCell>
        <mxCell id="G_S3" value="③ 데이터 탈취 (AWS)&#10;member 공개 S3(f6)에서 회원 PII(f7) 탈취&#10;Macie가 미리 탐지한 미끼&#10;n1': aws:s3_bucket:member-pii" style="rounded=1;whiteSpace=wrap;html=1;fillColor=#FFF7ED;strokeColor=#F59E0B;strokeWidth=1.3;fontColor=#7C2D12;fontSize=10;align=left;spacingLeft=10;spacingTop=4;" vertex="1" parent="1">
          <mxGeometry x="1052" y="924" width="470" height="92" as="geometry" />
        </mxCell>
        <mxCell id="G_S4" value="④ 신원 장악 (Azure Entra) — 디렉터리 전체 통제&#10;탈취한 Azure SP cred 로 Entra 과도권한 App(f8) 장악&#10;Directory.ReadWrite.All 로 테넌트 신원 통제권 획득&#10;n4·n5: azure service_principal · app_registration" style="rounded=1;whiteSpace=wrap;html=1;fillColor=#EFF6FF;strokeColor=#0078D4;strokeWidth=1.5;fontColor=#0C4A6E;fontSize=10;align=left;spacingLeft=10;spacingTop=4;" vertex="1" parent="1">
          <mxGeometry x="1596" y="924" width="620" height="92" as="geometry" />
        </mxCell>
        <mxCell id="e_g1" style="edgeStyle=none;rounded=0;html=1;endArrow=block;strokeColor=#E11D48;strokeWidth=2;" edge="1" parent="1" source="G_S1" target="G_S2"><mxGeometry relative="1" as="geometry" /></mxCell>
        <mxCell id="e_g2" style="edgeStyle=none;rounded=0;html=1;endArrow=block;strokeColor=#E11D48;strokeWidth=2;" edge="1" parent="1" source="G_S2" target="G_S3"><mxGeometry relative="1" as="geometry" /></mxCell>
        <mxCell id="e_g3" style="edgeStyle=none;rounded=0;html=1;endArrow=block;strokeColor=#2563EB;strokeWidth=2.5;" edge="1" parent="1" source="G_S3" target="G_S4"><mxGeometry relative="1" as="geometry" /></mxCell>

        <!-- 스캐너 → EventBridge 연결(전체 흐름 강조) -->
        <mxCell id="e_scan_flow" style="edgeStyle=none;rounded=0;html=1;endArrow=block;dashed=1;strokeColor=#DC2626;opacity=55;" edge="1" parent="1" source="Z_SCAN" target="EB2"><mxGeometry relative="1" as="geometry" /></mxCell>

        <!-- ===================== Monitoring / Observability ===================== -->
        <mxCell id="Z_MON2" value="📊 관측 · 보안 (Monitoring)" style="rounded=1;arcSize=1;whiteSpace=wrap;html=1;fillColor=#FFFBEB;strokeColor=#D97706;strokeWidth=1.6;verticalAlign=top;align=left;spacingLeft=16;spacingTop=8;fontStyle=1;fontSize=14;fontColor=#92400E;" vertex="1" parent="1">
          <mxGeometry x="24" y="1054" width="2192" height="132" as="geometry" />
        </mxCell>
        <mxCell id="M_CW" value="📈 CloudWatch&#10;대시보드24위젯·알람7종·WAF 차단지표" style="rounded=1;whiteSpace=wrap;html=1;fillColor=#FFFFFF;strokeColor=#FDE68A;fontColor=#0F172A;fontSize=9.5;align=left;spacingLeft=8;" vertex="1" parent="1">
          <mxGeometry x="40" y="1090" width="340" height="46" as="geometry" />
        </mxCell>
        <mxCell id="M_XRAY" value="🩻 X-Ray&#10;5λ 분산추적 · SQS=links·EventBridge=병합" style="rounded=1;whiteSpace=wrap;html=1;fillColor=#FFFFFF;strokeColor=#FDE68A;fontColor=#0F172A;fontSize=9.5;align=left;spacingLeft=8;" vertex="1" parent="1">
          <mxGeometry x="396" y="1090" width="340" height="46" as="geometry" />
        </mxCell>
        <mxCell id="M_CT" value="📜 CloudTrail&#10;관리 이벤트 전량 감사" style="rounded=1;whiteSpace=wrap;html=1;fillColor=#FFFFFF;strokeColor=#FDE68A;fontColor=#0F172A;fontSize=9.5;align=left;spacingLeft=8;" vertex="1" parent="1">
          <mxGeometry x="752" y="1090" width="340" height="46" as="geometry" />
        </mxCell>
        <mxCell id="M_GRAF" value="📊 Grafana (on EKS)&#10;CW·Prometheus·Postgres·X-Ray 4소스" style="rounded=1;whiteSpace=wrap;html=1;fillColor=#FFFFFF;strokeColor=#FDE68A;fontColor=#0F172A;fontSize=9.5;align=left;spacingLeft=8;" vertex="1" parent="1">
          <mxGeometry x="1108" y="1090" width="340" height="46" as="geometry" />
        </mxCell>
        <mxCell id="M_TEAMS" value="💬 Microsoft Teams&#10;alerts·cost·login 채널 알림" style="rounded=1;whiteSpace=wrap;html=1;fillColor=#FFFFFF;strokeColor=#FDE68A;fontColor=#0F172A;fontSize=9.5;align=left;spacingLeft=8;" vertex="1" parent="1">
          <mxGeometry x="1464" y="1090" width="340" height="46" as="geometry" />
        </mxCell>
        <mxCell id="M_GHA" value="🤖 GitHub Actions cron&#10;live-health-canary(합성 모니터링,20분) 등" style="rounded=1;whiteSpace=wrap;html=1;fillColor=#FFFFFF;strokeColor=#FDE68A;fontColor=#0F172A;fontSize=9.5;align=left;spacingLeft=8;" vertex="1" parent="1">
          <mxGeometry x="1820" y="1090" width="376" height="46" as="geometry" />
        </mxCell>
        <mxCell id="MON_NOTE" value="💡 리소스 에러 0인데 사용자 관점 고장(Cognito 드리프트 등)은 CloudWatch가 못 잡음 — live-health-canary가 실 SPA·API를 직접 curl해서 보완" style="text;html=1;whiteSpace=wrap;align=left;verticalAlign=middle;fontSize=9.5;fontColor=#B45309;" vertex="1" parent="1">
          <mxGeometry x="40" y="1160" width="1600" height="20" as="geometry" />
        </mxCell>

        <!-- ===================== Legend ===================== -->
        <mxCell id="LEG1" value="컴퓨트(EKS·λ·EC2)" style="text;html=1;align=left;verticalAlign=middle;fontSize=10;fontColor=#475569;" vertex="1" parent="1"><mxGeometry x="60" y="1210" width="160" height="18" as="geometry" /></mxCell>
        <mxCell id="LEG1SW" value="" style="rounded=0;whiteSpace=wrap;html=1;fillColor=#ED7100;strokeColor=none;" vertex="1" parent="1"><mxGeometry x="40" y="1212" width="14" height="14" as="geometry" /></mxCell>
        <mxCell id="LEG2" value="데이터베이스(RDS·pgvector)" style="text;html=1;align=left;verticalAlign=middle;fontSize=10;fontColor=#475569;" vertex="1" parent="1"><mxGeometry x="220" y="1210" width="200" height="18" as="geometry" /></mxCell>
        <mxCell id="LEG2SW" value="" style="rounded=0;whiteSpace=wrap;html=1;fillColor=#3334B9;strokeColor=none;" vertex="1" parent="1"><mxGeometry x="200" y="1212" width="14" height="14" as="geometry" /></mxCell>
        <mxCell id="LEG3" value="스토리지(S3)" style="text;html=1;align=left;verticalAlign=middle;fontSize=10;fontColor=#475569;" vertex="1" parent="1"><mxGeometry x="440" y="1210" width="120" height="18" as="geometry" /></mxCell>
        <mxCell id="LEG3SW" value="" style="rounded=0;whiteSpace=wrap;html=1;fillColor=#569A31;strokeColor=none;" vertex="1" parent="1"><mxGeometry x="420" y="1212" width="14" height="14" as="geometry" /></mxCell>
        <mxCell id="LEG4" value="네트워크(VPC·ALB·CF)" style="text;html=1;align=left;verticalAlign=middle;fontSize=10;fontColor=#475569;" vertex="1" parent="1"><mxGeometry x="580" y="1210" width="170" height="18" as="geometry" /></mxCell>
        <mxCell id="LEG4SW" value="" style="rounded=0;whiteSpace=wrap;html=1;fillColor=#8C4FFF;strokeColor=none;" vertex="1" parent="1"><mxGeometry x="560" y="1212" width="14" height="14" as="geometry" /></mxCell>
        <mxCell id="LEG5" value="보안(스캐너·IAM·WAF·Cognito)" style="text;html=1;align=left;verticalAlign=middle;fontSize=10;fontColor=#475569;" vertex="1" parent="1"><mxGeometry x="790" y="1210" width="220" height="18" as="geometry" /></mxCell>
        <mxCell id="LEG5SW" value="" style="rounded=0;whiteSpace=wrap;html=1;fillColor=#DD344C;strokeColor=none;" vertex="1" parent="1"><mxGeometry x="770" y="1212" width="14" height="14" as="geometry" /></mxCell>
        <mxCell id="LEG6" value="통합(EventBridge·SQS·SFn)" style="text;html=1;align=left;verticalAlign=middle;fontSize=10;fontColor=#475569;" vertex="1" parent="1"><mxGeometry x="1030" y="1210" width="200" height="18" as="geometry" /></mxCell>
        <mxCell id="LEG6SW" value="" style="rounded=0;whiteSpace=wrap;html=1;fillColor=#E7157B;strokeColor=none;" vertex="1" parent="1"><mxGeometry x="1010" y="1212" width="14" height="14" as="geometry" /></mxCell>
        <mxCell id="LEG7" value="AI(Bedrock·RAG)" style="text;html=1;align=left;verticalAlign=middle;fontSize=10;fontColor=#475569;" vertex="1" parent="1"><mxGeometry x="1230" y="1210" width="150" height="18" as="geometry" /></mxCell>
        <mxCell id="LEG7SW" value="" style="rounded=0;whiteSpace=wrap;html=1;fillColor=#01A88D;strokeColor=none;" vertex="1" parent="1"><mxGeometry x="1210" y="1212" width="14" height="14" as="geometry" /></mxCell>
        <mxCell id="LEG8" value="Azure(Entra)" style="text;html=1;align=left;verticalAlign=middle;fontSize=10;fontColor=#475569;" vertex="1" parent="1"><mxGeometry x="1380" y="1210" width="120" height="18" as="geometry" /></mxCell>
        <mxCell id="LEG8SW" value="" style="rounded=0;whiteSpace=wrap;html=1;fillColor=#0078D4;strokeColor=none;" vertex="1" parent="1"><mxGeometry x="1360" y="1212" width="14" height="14" as="geometry" /></mxCell>
        <mxCell id="LEG10" value="━ 결함/공격 흐름" style="text;html=1;align=left;verticalAlign=middle;fontSize=10;fontColor=#DC2626;" vertex="1" parent="1"><mxGeometry x="1790" y="1210" width="150" height="18" as="geometry" /></mxCell>
        <mxCell id="LEG11" value="━ 에이전틱(tool-use)" style="text;html=1;align=left;verticalAlign=middle;fontSize=10;fontColor=#0E9F6E;" vertex="1" parent="1"><mxGeometry x="1950" y="1210" width="180" height="18" as="geometry" /></mxCell>
        <mxCell id="LEG_FOOT" value="f1~f8 = 의도적 결함(target-app-design) · 2026-07-09 기준 — 라이브 실측 반영" style="text;html=1;align=left;verticalAlign=middle;fontSize=10;fontColor=#94A3B8;" vertex="1" parent="1"><mxGeometry x="40" y="1234" width="700" height="18" as="geometry" /></mxCell>

      </root>
    </mxGraphModel>
  </diagram>
</mxfile>
